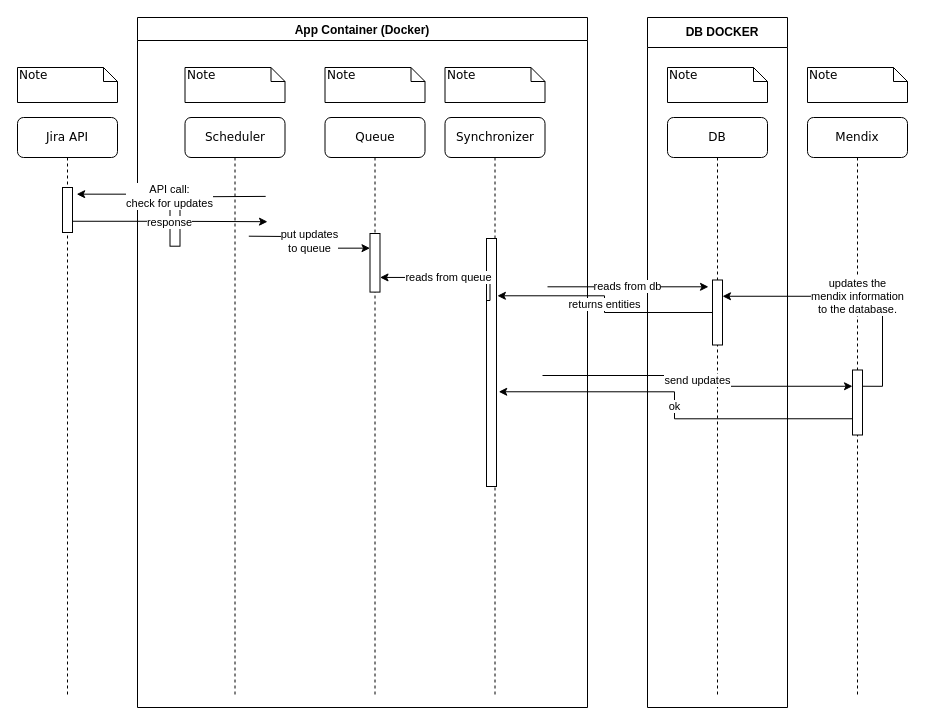
Above: diagrams/lifecycle-diagram.drawio in tiagodalloca/jira-mendix-integrator (draw.io), before the change. Source tidied: cells renumbered, new cells numbered last; positions are measured from the earlier drawing's top-left corner, leaving out a move shared by most shapes. Both pictures are drawn from the tidied source at 100%, with x=0, y=0 at pixel (17, 17).
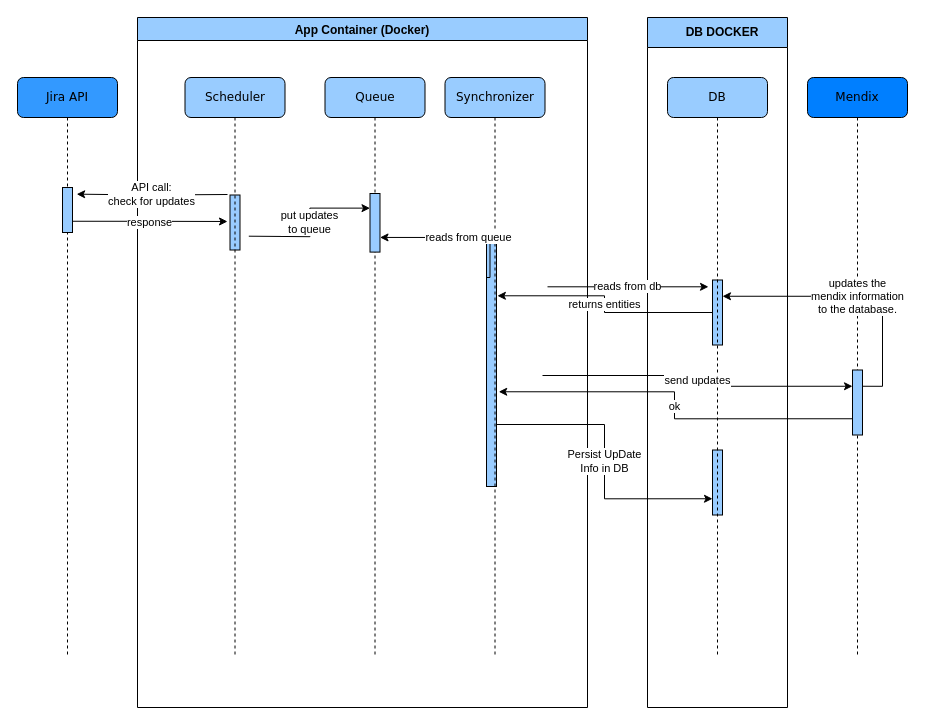
Above is the later version.

The edit, as a diff of the source:
```diff
@@
-    <mxCell id="2" value="Queue" style="shape=umlLifeline;perimeter=lifelinePerimeter;whiteSpace=wrap;html=1;rounded=1;shadow=0;comic=0;labelBackgroundColor=none;strokeWidth=1;fontFamily=Verdana;fontSize=12;align=center;" parent="1" vertex="1">
-      <mxGeometry x="307.5" y="100" width="100" height="580" as="geometry" />
-    </mxCell>
-    <mxCell id="3" style="rounded=0;whiteSpace=wrap;html=1;rotation=90;" parent="2" vertex="1">
-      <mxGeometry x="20.7" y="140.3" width="58.6" height="10" as="geometry" />
-    </mxCell>
-    <mxCell id="4" value="Synchronizer" style="shape=umlLifeline;perimeter=lifelinePerimeter;whiteSpace=wrap;html=1;rounded=1;shadow=0;comic=0;labelBackgroundColor=none;strokeWidth=1;fontFamily=Verdana;fontSize=12;align=center;" parent="1" vertex="1">
-      <mxGeometry x="427.5" y="100" width="100" height="580" as="geometry" />
-    </mxCell>
-    <mxCell id="5" value="DB" style="shape=umlLifeline;perimeter=lifelinePerimeter;whiteSpace=wrap;html=1;rounded=1;shadow=0;comic=0;labelBackgroundColor=none;strokeWidth=1;fontFamily=Verdana;fontSize=12;align=center;" parent="1" vertex="1">
-      <mxGeometry x="650" y="100" width="100" height="580" as="geometry" />
-    </mxCell>
-    <mxCell id="6" value="Jira API" style="shape=umlLifeline;perimeter=lifelinePerimeter;whiteSpace=wrap;html=1;rounded=1;shadow=0;comic=0;labelBackgroundColor=none;strokeWidth=1;fontFamily=Verdana;fontSize=12;align=center;" parent="1" vertex="1">
-      <mxGeometry y="100" width="100" height="580" as="geometry" />
+    <mxCell id="6" value="Jira API" style="shape=umlLifeline;perimeter=lifelinePerimeter;whiteSpace=wrap;html=1;rounded=1;shadow=0;comic=0;labelBackgroundColor=none;strokeWidth=1;fontFamily=Verdana;fontSize=12;align=center;fillColor=#3399FF;" parent="1" vertex="1">
+      <mxGeometry y="60" width="100" height="580" as="geometry" />
     </mxCell>
-    <mxCell id="7" value="&lt;div&gt;Mendix&lt;/div&gt;" style="shape=umlLifeline;perimeter=lifelinePerimeter;whiteSpace=wrap;html=1;rounded=1;shadow=0;comic=0;labelBackgroundColor=none;strokeWidth=1;fontFamily=Verdana;fontSize=12;align=center;" parent="1" vertex="1">
-      <mxGeometry x="790" y="100" width="100" height="580" as="geometry" />
+    <mxCell id="7" value="&lt;div&gt;Mendix&lt;/div&gt;" style="shape=umlLifeline;perimeter=lifelinePerimeter;whiteSpace=wrap;html=1;rounded=1;shadow=0;comic=0;labelBackgroundColor=none;strokeWidth=1;fontFamily=Verdana;fontSize=12;align=center;fillColor=#007FFF;" parent="1" vertex="1">
+      <mxGeometry x="790" y="60" width="100" height="580" as="geometry" />
     </mxCell>
-    <mxCell id="8" value="Scheduler" style="shape=umlLifeline;perimeter=lifelinePerimeter;whiteSpace=wrap;html=1;rounded=1;shadow=0;comic=0;labelBackgroundColor=none;strokeWidth=1;fontFamily=Verdana;fontSize=12;align=center;" parent="1" vertex="1">
-      <mxGeometry x="167.5" y="100" width="100" height="580" as="geometry" />
-    </mxCell>
-    <mxCell id="9" value="Note" style="shape=note;whiteSpace=wrap;html=1;size=14;verticalAlign=top;align=left;spacingTop=-6;rounded=0;shadow=0;comic=0;labelBackgroundColor=none;strokeWidth=1;fontFamily=Verdana;fontSize=12;" parent="1" vertex="1">
-      <mxGeometry x="167.5" y="50" width="100" height="35" as="geometry" />
-    </mxCell>
-    <mxCell id="10" value="Note" style="shape=note;whiteSpace=wrap;html=1;size=14;verticalAlign=top;align=left;spacingTop=-6;rounded=0;shadow=0;comic=0;labelBackgroundColor=none;strokeWidth=1;fontFamily=Verdana;fontSize=12;" parent="1" vertex="1">
-      <mxGeometry x="307.5" y="50" width="100" height="35" as="geometry" />
-    </mxCell>
-    <mxCell id="11" value="Note" style="shape=note;whiteSpace=wrap;html=1;size=14;verticalAlign=top;align=left;spacingTop=-6;rounded=0;shadow=0;comic=0;labelBackgroundColor=none;strokeWidth=1;fontFamily=Verdana;fontSize=12;" parent="1" vertex="1">
-      <mxGeometry x="427.5" y="50" width="100" height="35" as="geometry" />
-    </mxCell>
-    <mxCell id="12" value="Note" style="shape=note;whiteSpace=wrap;html=1;size=14;verticalAlign=top;align=left;spacingTop=-6;rounded=0;shadow=0;comic=0;labelBackgroundColor=none;strokeWidth=1;fontFamily=Verdana;fontSize=12;" parent="1" vertex="1">
-      <mxGeometry x="650" y="50" width="100" height="35" as="geometry" />
-    </mxCell>
-    <mxCell id="13" value="Note" style="shape=note;whiteSpace=wrap;html=1;size=14;verticalAlign=top;align=left;spacingTop=-6;rounded=0;shadow=0;comic=0;labelBackgroundColor=none;strokeWidth=1;fontFamily=Verdana;fontSize=12;" parent="1" vertex="1">
-      <mxGeometry y="50" width="100" height="35" as="geometry" />
-    </mxCell>
-    <mxCell id="14" value="Note" style="shape=note;whiteSpace=wrap;html=1;size=14;verticalAlign=top;align=left;spacingTop=-6;rounded=0;shadow=0;comic=0;labelBackgroundColor=none;strokeWidth=1;fontFamily=Verdana;fontSize=12;" parent="1" vertex="1">
-      <mxGeometry x="790" y="50" width="100" height="35" as="geometry" />
-    </mxCell>
-    <mxCell id="15" value="App Container (Docker)" style="swimlane;" parent="1" vertex="1">
+    <mxCell id="15" value="App Container (Docker)" style="swimlane;fillColor=#99CCFF;" parent="1" vertex="1">
       <mxGeometry x="120" width="450" height="690" as="geometry" />
     </mxCell>
-    <mxCell id="16" style="rounded=0;whiteSpace=wrap;html=1;rotation=90;" parent="15" vertex="1">
-      <mxGeometry x="10" y="196.2" width="55" height="10" as="geometry" />
+    <mxCell id="16" style="rounded=0;whiteSpace=wrap;html=1;rotation=90;fillColor=#99CCFF;" parent="15" vertex="1">
+      <mxGeometry x="70" y="200" width="55" height="10" as="geometry" />
     </mxCell>
-    <mxCell id="17" style="rounded=0;whiteSpace=wrap;html=1;rotation=90;" parent="15" vertex="1">
+    <mxCell id="17" style="rounded=0;whiteSpace=wrap;html=1;rotation=90;fillColor=#99CCFF;" parent="15" vertex="1">
       <mxGeometry x="230" y="340" width="248" height="10" as="geometry" />
     </mxCell>
+    <mxCell id="4" value="Synchronizer" style="shape=umlLifeline;perimeter=lifelinePerimeter;whiteSpace=wrap;html=1;rounded=1;shadow=0;comic=0;labelBackgroundColor=none;strokeWidth=1;fontFamily=Verdana;fontSize=12;align=center;fillColor=#99CCFF;" parent="15" vertex="1">
+      <mxGeometry x="307.5" y="60" width="100" height="580" as="geometry" />
+    </mxCell>
+    <mxCell id="2" value="Queue" style="shape=umlLifeline;perimeter=lifelinePerimeter;whiteSpace=wrap;html=1;rounded=1;shadow=0;comic=0;labelBackgroundColor=none;strokeWidth=1;fontFamily=Verdana;fontSize=12;align=center;fillColor=#99CCFF;" parent="15" vertex="1">
+      <mxGeometry x="187.5" y="60" width="100" height="580" as="geometry" />
+    </mxCell>
+    <mxCell id="3" style="rounded=0;whiteSpace=wrap;html=1;rotation=90;fillColor=#99CCFF;" parent="2" vertex="1">
+      <mxGeometry x="20.7" y="140.3" width="58.6" height="10" as="geometry" />
+    </mxCell>
+    <mxCell id="28" value="reads from queue" style="edgeStyle=orthogonalEdgeStyle;rounded=0;jettySize=auto;html=1;exitX=0.25;exitY=1;exitDx=0;exitDy=0;entryX=0.75;entryY=0;entryDx=0;entryDy=0;" parent="15" edge="1" source="17" target="3">
+      <mxGeometry relative="1" as="geometry">
+        <Array as="points">
+          <mxPoint x="352.5" y="260" />
+        </Array>
+      </mxGeometry>
+    </mxCell>
+    <mxCell id="8" value="Scheduler" style="shape=umlLifeline;perimeter=lifelinePerimeter;whiteSpace=wrap;html=1;rounded=1;shadow=0;comic=0;labelBackgroundColor=none;strokeWidth=1;fontFamily=Verdana;fontSize=12;align=center;fillColor=#99CCFF;" parent="15" vertex="1">
+      <mxGeometry x="47.5" y="60" width="100" height="580" as="geometry" />
+    </mxCell>
     <mxCell id="18" value="&lt;div&gt;response&lt;/div&gt;" style="edgeStyle=orthogonalEdgeStyle;rounded=0;jettySize=auto;html=1;exitX=0.75;exitY=0;exitDx=0;exitDy=0;" parent="1" edge="1" source="19">
       <mxGeometry relative="1" as="geometry">
-        <mxPoint x="250" y="204.2" as="targetPoint" />
+        <mxPoint x="210" y="204" as="targetPoint" />
       </mxGeometry>
     </mxCell>
-    <mxCell id="19" style="rounded=0;whiteSpace=wrap;html=1;rotation=90;" parent="1" vertex="1">
+    <mxCell id="19" style="rounded=0;whiteSpace=wrap;html=1;rotation=90;fillColor=#99CCFF;" parent="1" vertex="1">
       <mxGeometry x="27.5" y="187.5" width="45" height="10" as="geometry" />
     </mxCell>
-    <mxCell id="20" value="&lt;div&gt;API call: &lt;br&gt;&lt;/div&gt;&lt;div&gt;check for updates&lt;/div&gt;" style="edgeStyle=orthogonalEdgeStyle;rounded=0;jettySize=auto;html=1;entryX=0.148;entryY=-0.417;entryDx=0;entryDy=0;entryPerimeter=0;exitX=0.25;exitY=1;exitDx=0;exitDy=0;" parent="1" edge="1" target="19">
+    <mxCell id="20" value="&lt;div&gt;API call: &lt;br&gt;&lt;/div&gt;&lt;div&gt;check for updates&lt;/div&gt;" style="edgeStyle=orthogonalEdgeStyle;rounded=0;jettySize=auto;html=1;entryX=0.148;entryY=-0.417;entryDx=0;entryDy=0;entryPerimeter=0;" parent="1" edge="1" target="19">
       <mxGeometry relative="1" as="geometry">
-        <mxPoint x="248.2" y="178.9" as="sourcePoint" />
+        <mxPoint x="210" y="177" as="sourcePoint" />
       </mxGeometry>
     </mxCell>
@@
-    <mxCell id="22" value="&#10;&#10;&#10;" style="swimlane;startSize=30;" parent="1" vertex="1">
+    <mxCell id="22" value="&#10;&#10;&#10;" style="swimlane;startSize=30;fillColor=#99CCFF;" parent="1" vertex="1">
       <mxGeometry x="630" width="140" height="690" as="geometry" />
     </mxCell>
@@
-    <mxCell id="24" style="rounded=0;whiteSpace=wrap;html=1;rotation=90;" parent="22" vertex="1">
+    <mxCell id="24" style="rounded=0;whiteSpace=wrap;html=1;rotation=90;fillColor=#99CCFF;" parent="22" vertex="1">
       <mxGeometry x="37.5" y="290" width="65" height="10" as="geometry" />
     </mxCell>
+    <mxCell id="32" style="rounded=0;whiteSpace=wrap;html=1;rotation=90;fillColor=#99CCFF;" parent="22" vertex="1">
+      <mxGeometry x="37.5" y="460" width="65" height="10" as="geometry" />
+    </mxCell>
+    <mxCell id="5" value="DB" style="shape=umlLifeline;perimeter=lifelinePerimeter;whiteSpace=wrap;html=1;rounded=1;shadow=0;comic=0;labelBackgroundColor=none;strokeWidth=1;fontFamily=Verdana;fontSize=12;align=center;fillColor=#99CCFF;" parent="22" vertex="1">
+      <mxGeometry x="20" y="60" width="100" height="580" as="geometry" />
+    </mxCell>
@@
-    <mxCell id="27" style="rounded=0;whiteSpace=wrap;html=1;rotation=90;" parent="1" vertex="1">
+    <mxCell id="27" style="rounded=0;whiteSpace=wrap;html=1;rotation=90;fillColor=#99CCFF;" parent="1" vertex="1">
       <mxGeometry x="807.5" y="380" width="65" height="10" as="geometry" />
     </mxCell>
-    <mxCell id="28" value="reads from queue" style="edgeStyle=orthogonalEdgeStyle;rounded=0;jettySize=auto;html=1;exitX=0.25;exitY=1;exitDx=0;exitDy=0;entryX=0.75;entryY=0;entryDx=0;entryDy=0;" parent="1" edge="1" source="17" target="3">
-      <mxGeometry relative="1" as="geometry">
-        <Array as="points">
-          <mxPoint x="472.5" y="260" />
-        </Array>
-      </mxGeometry>
-    </mxCell>
@@
+    <mxCell id="33" value="Persist UpDate&lt;br&gt;Info in DB" style="edgeStyle=orthogonalEdgeStyle;rounded=0;jettySize=auto;html=1;exitX=0.75;exitY=0;exitDx=0;exitDy=0;entryX=0.75;entryY=1;entryDx=0;entryDy=0;" parent="1" edge="1" source="17" target="32">
+      <mxGeometry relative="1" as="geometry" />
+    </mxCell>
```
